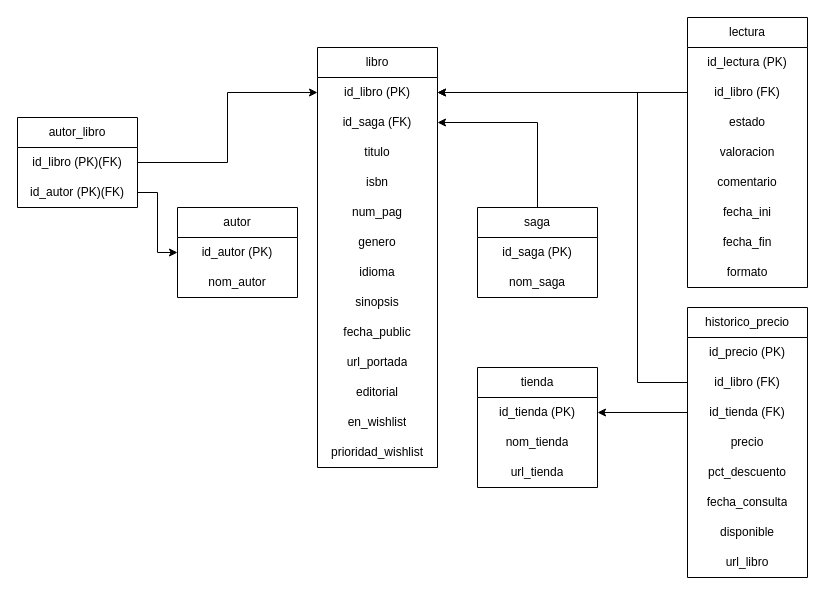
The draw.io diagram planning/diagrams/Modelo relacional.drawio in sandraqiao/TFG, before the edit. Source tidied: cells renumbered, new cells numbered last; positions are measured from the earlier drawing's top-left corner, leaving out a move shared by most shapes. Both pictures are drawn from the tidied source at 100%, with x=0, y=0 at pixel (17, 17).
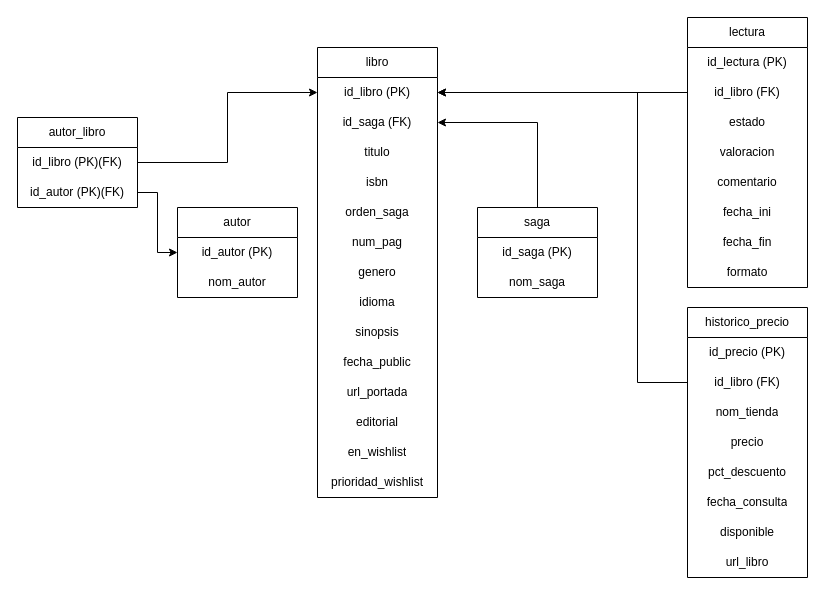
The same page after the edit.

Commit message:
orden_saga y nom_tienda añadido

The change refers to these unchanged cells:
```xml
<mxCell id="36" value="historico_precio" style="swimlane;fontStyle=0;horizontal=1;startSize=30;whiteSpace=wrap;html=1;" parent="1" vertex="1">
  <mxGeometry x="670" y="290" width="120" height="270" as="geometry" />
</mxCell>
```

Change to the diagram source:
```diff
@@
     <mxCell id="2" value="libro" style="swimlane;fontStyle=0;horizontal=1;startSize=30;whiteSpace=wrap;html=1;" parent="1" vertex="1">
-      <mxGeometry x="300" y="30" width="120" height="420" as="geometry" />
+      <mxGeometry x="300" y="30" width="120" height="450" as="geometry" />
     </mxCell>
@@
+    <mxCell id="53" value="orden_saga" style="text;strokeColor=none;fillColor=none;align=center;verticalAlign=middle;spacingLeft=4;spacingRight=4;overflow=hidden;whiteSpace=wrap;html=1;" parent="2" vertex="1">
+      <mxGeometry y="150" width="120" height="30" as="geometry" />
+    </mxCell>
     <mxCell id="7" value="num_pag" style="text;strokeColor=none;fillColor=none;align=center;verticalAlign=middle;spacingLeft=4;spacingRight=4;overflow=hidden;whiteSpace=wrap;html=1;" parent="2" vertex="1">
-      <mxGeometry y="150" width="120" height="30" as="geometry" />
+      <mxGeometry y="180" width="120" height="30" as="geometry" />
     </mxCell>
     <mxCell id="8" value="genero" style="text;strokeColor=none;fillColor=none;align=center;verticalAlign=middle;spacingLeft=4;spacingRight=4;overflow=hidden;whiteSpace=wrap;html=1;" parent="2" vertex="1">
-      <mxGeometry y="180" width="120" height="30" as="geometry" />
+      <mxGeometry y="210" width="120" height="30" as="geometry" />
     </mxCell>
     <mxCell id="9" value="idioma" style="text;strokeColor=none;fillColor=none;align=center;verticalAlign=middle;spacingLeft=4;spacingRight=4;overflow=hidden;whiteSpace=wrap;html=1;" parent="2" vertex="1">
-      <mxGeometry y="210" width="120" height="30" as="geometry" />
+      <mxGeometry y="240" width="120" height="30" as="geometry" />
     </mxCell>
     <mxCell id="10" value="sinopsis" style="text;strokeColor=none;fillColor=none;align=center;verticalAlign=middle;spacingLeft=4;spacingRight=4;overflow=hidden;whiteSpace=wrap;html=1;" parent="2" vertex="1">
-      <mxGeometry y="240" width="120" height="30" as="geometry" />
+      <mxGeometry y="270" width="120" height="30" as="geometry" />
     </mxCell>
     <mxCell id="11" value="fecha_public" style="text;strokeColor=none;fillColor=none;align=center;verticalAlign=middle;spacingLeft=4;spacingRight=4;overflow=hidden;whiteSpace=wrap;html=1;" parent="2" vertex="1">
-      <mxGeometry y="270" width="120" height="30" as="geometry" />
+      <mxGeometry y="300" width="120" height="30" as="geometry" />
     </mxCell>
     <mxCell id="12" value="url_portada" style="text;strokeColor=none;fillColor=none;align=center;verticalAlign=middle;spacingLeft=4;spacingRight=4;overflow=hidden;whiteSpace=wrap;html=1;" parent="2" vertex="1">
-      <mxGeometry y="300" width="120" height="30" as="geometry" />
+      <mxGeometry y="330" width="120" height="30" as="geometry" />
     </mxCell>
     <mxCell id="13" value="editorial" style="text;strokeColor=none;fillColor=none;align=center;verticalAlign=middle;spacingLeft=4;spacingRight=4;overflow=hidden;whiteSpace=wrap;html=1;" parent="2" vertex="1">
-      <mxGeometry y="330" width="120" height="30" as="geometry" />
+      <mxGeometry y="360" width="120" height="30" as="geometry" />
     </mxCell>
     <mxCell id="14" value="en_wishlist" style="text;strokeColor=none;fillColor=none;align=center;verticalAlign=middle;spacingLeft=4;spacingRight=4;overflow=hidden;whiteSpace=wrap;html=1;" parent="2" vertex="1">
-      <mxGeometry y="360" width="120" height="30" as="geometry" />
+      <mxGeometry y="390" width="120" height="30" as="geometry" />
     </mxCell>
     <mxCell id="15" value="prioridad_wishlist" style="text;strokeColor=none;fillColor=none;align=center;verticalAlign=middle;spacingLeft=4;spacingRight=4;overflow=hidden;whiteSpace=wrap;html=1;" parent="2" vertex="1">
-      <mxGeometry y="390" width="120" height="30" as="geometry" />
+      <mxGeometry y="420" width="120" height="30" as="geometry" />
     </mxCell>
@@
-    <mxCell id="32" value="tienda" style="swimlane;fontStyle=0;horizontal=1;startSize=30;whiteSpace=wrap;html=1;" parent="1" vertex="1">
-      <mxGeometry x="460" y="350" width="120" height="120" as="geometry" />
-    </mxCell>
-    <mxCell id="33" value="id_tienda (PK)" style="text;strokeColor=none;fillColor=none;align=center;verticalAlign=middle;spacingLeft=4;spacingRight=4;overflow=hidden;points=[[0,0.5],[1,0.5]];portConstraint=eastwest;whiteSpace=wrap;html=1;" parent="32" vertex="1">
-      <mxGeometry y="30" width="120" height="30" as="geometry" />
-    </mxCell>
-    <mxCell id="34" value="nom_tienda" style="text;strokeColor=none;fillColor=none;align=center;verticalAlign=middle;spacingLeft=4;spacingRight=4;overflow=hidden;whiteSpace=wrap;html=1;" parent="32" vertex="1">
-      <mxGeometry y="60" width="120" height="30" as="geometry" />
-    </mxCell>
-    <mxCell id="35" value="url_tienda" style="text;strokeColor=none;fillColor=none;align=center;verticalAlign=middle;spacingLeft=4;spacingRight=4;overflow=hidden;whiteSpace=wrap;html=1;" parent="32" vertex="1">
-      <mxGeometry y="90" width="120" height="30" as="geometry" />
-    </mxCell>
@@
-    <mxCell id="39" value="id_tienda (FK)" style="text;strokeColor=none;fillColor=none;align=center;verticalAlign=middle;spacingLeft=4;spacingRight=4;overflow=hidden;points=[[0,0.5],[1,0.5]];portConstraint=eastwest;whiteSpace=wrap;html=1;" parent="36" vertex="1">
+    <mxCell id="39" value="nom_tienda" style="text;strokeColor=none;fillColor=none;align=center;verticalAlign=middle;spacingLeft=4;spacingRight=4;overflow=hidden;points=[[0,0.5],[1,0.5]];portConstraint=eastwest;whiteSpace=wrap;html=1;" parent="36" vertex="1">
       <mxGeometry y="90" width="120" height="30" as="geometry" />
     </mxCell>
@@
-    <mxCell id="52" style="edgeStyle=orthogonalEdgeStyle;rounded=0;jettySize=auto;html=1;" parent="1" edge="1" source="39" target="33">
-      <mxGeometry relative="1" as="geometry" />
-    </mxCell>
```
